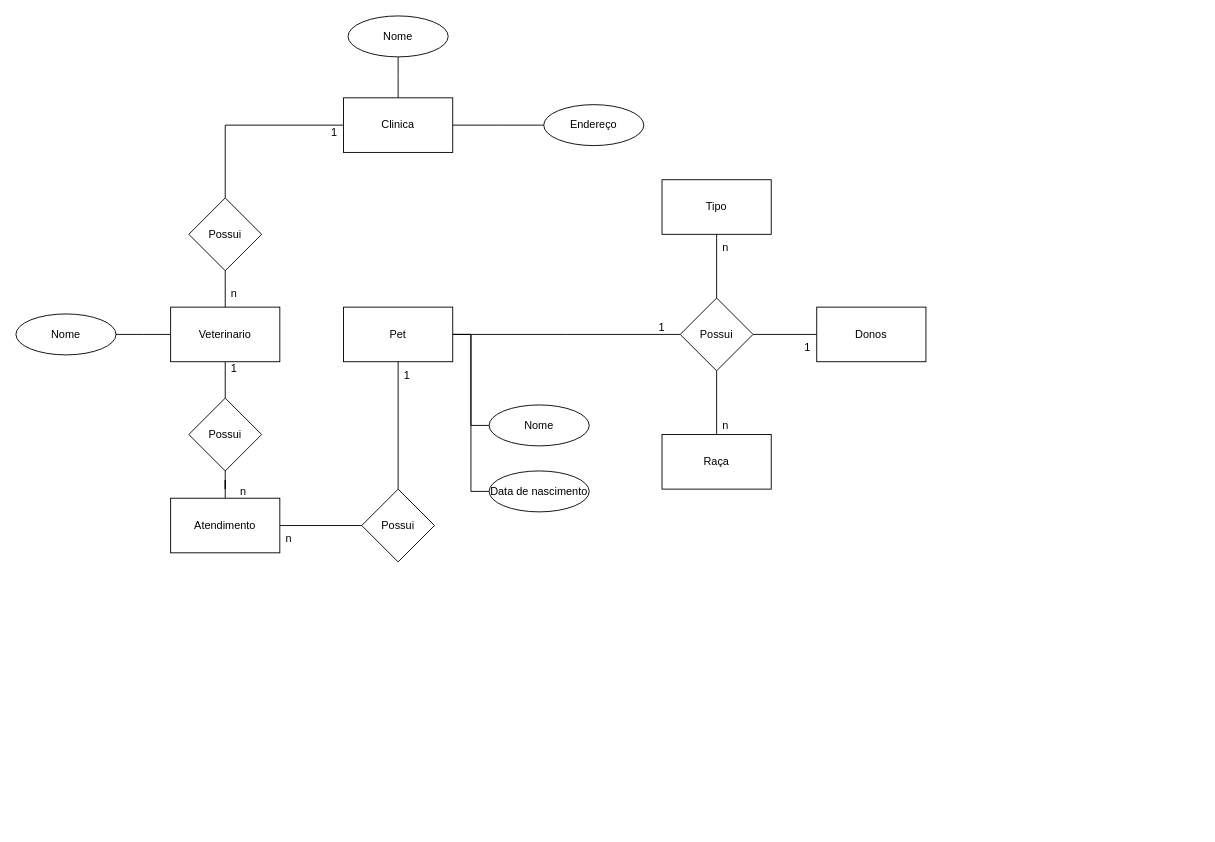
Above: page "Página-4" (4 of 7) of sprint-Banco-De-Dados/Exercicio 1.0-1.6/Exercicios 1.0-1.6.drawio in FernandinnnQ145/Segundo-Semestre-Senai (draw.io), before the change. Source tidied: cells renumbered, new cells numbered last; positions are measured from the earlier drawing's top-left corner, leaving out a move shared by most shapes. Both pictures are drawn from the tidied source at 91%, with x=0, y=0 at pixel (15, 15).
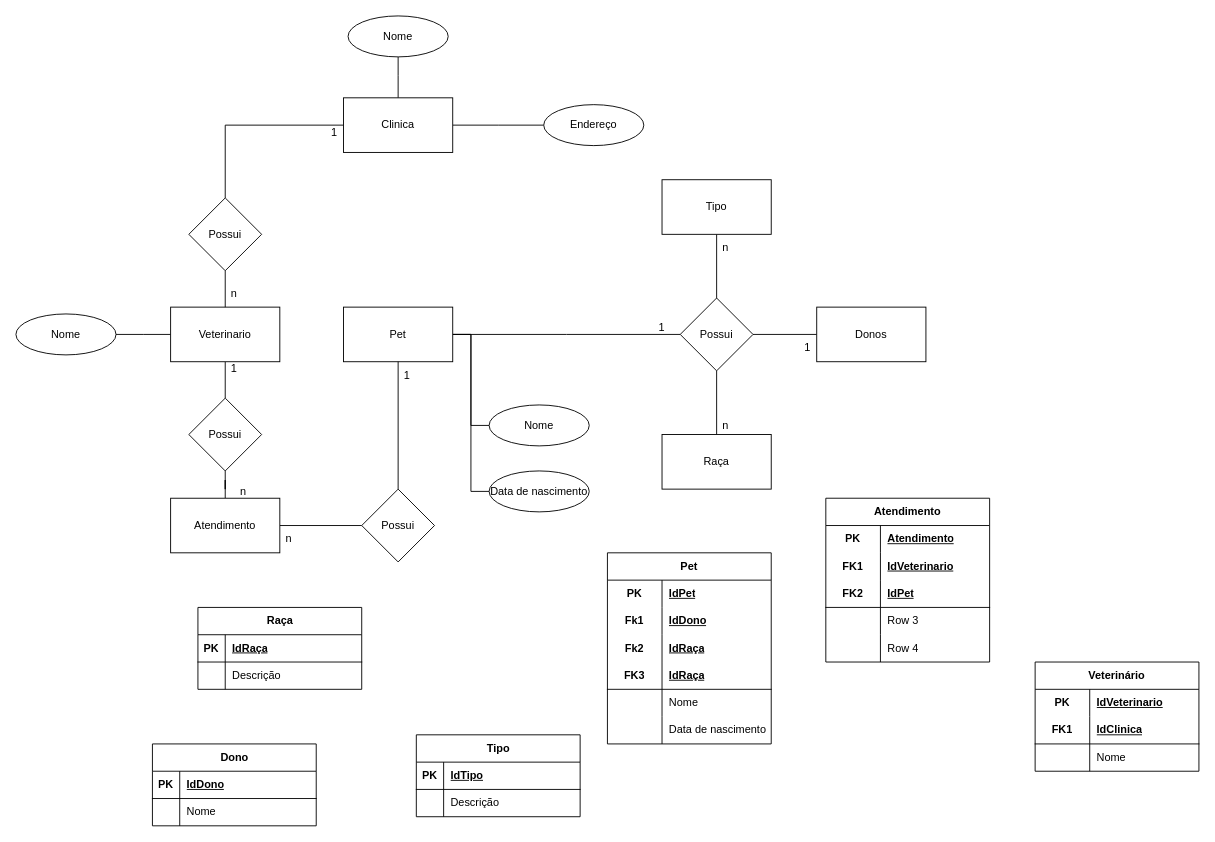
The same diagram, later.

Change to the diagram source:
```diff
@@
+    <mxCell id="43" value="Atendimento" style="shape=table;startSize=30;childLayout=tableLayout;rowLines=0;fontStyle=1;align=center;html=1;whiteSpace=wrap;" parent="1" vertex="1">
+      <mxGeometry x="890" y="530" width="180" height="180" as="geometry" />
+    </mxCell>
+    <mxCell id="44" style="shape=tableRow;horizontal=0;startSize=0;swimlaneHead=0;swimlaneBody=0;fillColor=none;top=0;left=0;right=0;bottom=0;html=1;" parent="43" vertex="1">
+      <mxGeometry y="30" width="180" height="30" as="geometry" />
+    </mxCell>
+    <mxCell id="45" value="PK" style="shape=partialRectangle;fillColor=none;top=0;left=0;bottom=0;right=0;fontStyle=1;overflow=hidden;html=1;whiteSpace=wrap;" parent="44" vertex="1">
+      <mxGeometry width="60" height="30" as="geometry" />
+    </mxCell>
+    <mxCell id="46" value="Atendimento" style="shape=partialRectangle;fillColor=none;top=0;left=0;bottom=0;right=0;align=left;spacingLeft=6;fontStyle=5;overflow=hidden;html=1;whiteSpace=wrap;" parent="44" vertex="1">
+      <mxGeometry x="60" width="120" height="30" as="geometry" />
+    </mxCell>
+    <mxCell id="47" style="shape=tableRow;horizontal=0;startSize=0;swimlaneHead=0;swimlaneBody=0;fillColor=none;top=0;left=0;right=0;bottom=0;html=1;" parent="43" vertex="1">
+      <mxGeometry y="60" width="180" height="30" as="geometry" />
+    </mxCell>
+    <mxCell id="48" value="FK1" style="shape=partialRectangle;fillColor=none;top=0;left=0;bottom=0;right=0;fontStyle=1;overflow=hidden;html=1;whiteSpace=wrap;" parent="47" vertex="1">
+      <mxGeometry width="60" height="30" as="geometry" />
+    </mxCell>
+    <mxCell id="49" value="IdVeterinario" style="shape=partialRectangle;fillColor=none;top=0;left=0;bottom=0;right=0;align=left;spacingLeft=6;fontStyle=5;overflow=hidden;html=1;whiteSpace=wrap;" parent="47" vertex="1">
+      <mxGeometry x="60" width="120" height="30" as="geometry" />
+    </mxCell>
+    <mxCell id="50" style="shape=tableRow;horizontal=0;startSize=0;swimlaneHead=0;swimlaneBody=0;fillColor=none;top=0;left=0;right=0;bottom=1;html=1;" parent="43" vertex="1">
+      <mxGeometry y="90" width="180" height="30" as="geometry" />
+    </mxCell>
+    <mxCell id="51" value="FK2" style="shape=partialRectangle;fillColor=none;top=0;left=0;bottom=0;right=0;fontStyle=1;overflow=hidden;html=1;whiteSpace=wrap;" parent="50" vertex="1">
+      <mxGeometry width="60" height="30" as="geometry" />
+    </mxCell>
+    <mxCell id="52" value="IdPet" style="shape=partialRectangle;fillColor=none;top=0;left=0;bottom=0;right=0;align=left;spacingLeft=6;fontStyle=5;overflow=hidden;html=1;whiteSpace=wrap;" parent="50" vertex="1">
+      <mxGeometry x="60" width="120" height="30" as="geometry" />
+    </mxCell>
+    <mxCell id="53" style="shape=tableRow;horizontal=0;startSize=0;swimlaneHead=0;swimlaneBody=0;fillColor=none;top=0;left=0;right=0;bottom=0;html=1;" parent="43" vertex="1">
+      <mxGeometry y="120" width="180" height="30" as="geometry" />
+    </mxCell>
+    <mxCell id="54" style="shape=partialRectangle;fillColor=none;top=0;left=0;bottom=0;right=0;overflow=hidden;html=1;whiteSpace=wrap;" parent="53" vertex="1">
+      <mxGeometry width="60" height="30" as="geometry" />
+    </mxCell>
+    <mxCell id="55" value="Row 3" style="shape=partialRectangle;fillColor=none;top=0;left=0;bottom=0;right=0;align=left;spacingLeft=6;overflow=hidden;html=1;whiteSpace=wrap;" parent="53" vertex="1">
+      <mxGeometry x="60" width="120" height="30" as="geometry" />
+    </mxCell>
+    <mxCell id="56" style="shape=tableRow;horizontal=0;startSize=0;swimlaneHead=0;swimlaneBody=0;fillColor=none;top=0;left=0;right=0;bottom=0;html=1;" parent="43" vertex="1">
+      <mxGeometry y="150" width="180" height="30" as="geometry" />
+    </mxCell>
+    <mxCell id="57" style="shape=partialRectangle;fillColor=none;top=0;left=0;bottom=0;right=0;overflow=hidden;html=1;whiteSpace=wrap;" parent="56" vertex="1">
+      <mxGeometry width="60" height="30" as="geometry" />
+    </mxCell>
+    <mxCell id="58" value="Row 4" style="shape=partialRectangle;fillColor=none;top=0;left=0;bottom=0;right=0;align=left;spacingLeft=6;overflow=hidden;html=1;whiteSpace=wrap;" parent="56" vertex="1">
+      <mxGeometry x="60" width="120" height="30" as="geometry" />
+    </mxCell>
+    <mxCell id="59" value="Pet" style="shape=table;startSize=30;childLayout=tableLayout;rowLines=0;fontStyle=1;align=center;html=1;whiteSpace=wrap;" parent="1" vertex="1">
+      <mxGeometry x="650" y="590" width="180" height="210" as="geometry" />
+    </mxCell>
+    <mxCell id="60" style="shape=tableRow;horizontal=0;startSize=0;swimlaneHead=0;swimlaneBody=0;fillColor=none;top=0;left=0;right=0;bottom=0;html=1;" parent="59" vertex="1">
+      <mxGeometry y="30" width="180" height="30" as="geometry" />
+    </mxCell>
+    <mxCell id="61" value="PK" style="shape=partialRectangle;fillColor=none;top=0;left=0;bottom=0;right=0;fontStyle=1;overflow=hidden;html=1;whiteSpace=wrap;" parent="60" vertex="1">
+      <mxGeometry width="60" height="30" as="geometry" />
+    </mxCell>
+    <mxCell id="62" value="IdPet" style="shape=partialRectangle;fillColor=none;top=0;left=0;bottom=0;right=0;align=left;spacingLeft=6;fontStyle=5;overflow=hidden;html=1;whiteSpace=wrap;" parent="60" vertex="1">
+      <mxGeometry x="60" width="120" height="30" as="geometry" />
+    </mxCell>
+    <mxCell id="63" style="shape=tableRow;horizontal=0;startSize=0;swimlaneHead=0;swimlaneBody=0;fillColor=none;top=0;left=0;right=0;bottom=0;html=1;" parent="59" vertex="1">
+      <mxGeometry y="60" width="180" height="30" as="geometry" />
+    </mxCell>
+    <mxCell id="64" value="Fk1" style="shape=partialRectangle;fillColor=none;top=0;left=0;bottom=0;right=0;fontStyle=1;overflow=hidden;html=1;whiteSpace=wrap;" parent="63" vertex="1">
+      <mxGeometry width="60" height="30" as="geometry" />
+    </mxCell>
+    <mxCell id="65" value="IdDono" style="shape=partialRectangle;fillColor=none;top=0;left=0;bottom=0;right=0;align=left;spacingLeft=6;fontStyle=5;overflow=hidden;html=1;whiteSpace=wrap;" parent="63" vertex="1">
+      <mxGeometry x="60" width="120" height="30" as="geometry" />
+    </mxCell>
+    <mxCell id="66" style="shape=tableRow;horizontal=0;startSize=0;swimlaneHead=0;swimlaneBody=0;fillColor=none;top=0;left=0;right=0;bottom=0;html=1;" parent="59" vertex="1">
+      <mxGeometry y="90" width="180" height="30" as="geometry" />
+    </mxCell>
+    <mxCell id="67" value="Fk2" style="shape=partialRectangle;fillColor=none;top=0;left=0;bottom=0;right=0;fontStyle=1;overflow=hidden;html=1;whiteSpace=wrap;" parent="66" vertex="1">
+      <mxGeometry width="60" height="30" as="geometry" />
+    </mxCell>
+    <mxCell id="68" value="IdRaça" style="shape=partialRectangle;fillColor=none;top=0;left=0;bottom=0;right=0;align=left;spacingLeft=6;fontStyle=5;overflow=hidden;html=1;whiteSpace=wrap;" parent="66" vertex="1">
+      <mxGeometry x="60" width="120" height="30" as="geometry" />
+    </mxCell>
+    <mxCell id="69" style="shape=tableRow;horizontal=0;startSize=0;swimlaneHead=0;swimlaneBody=0;fillColor=none;top=0;left=0;right=0;bottom=1;html=1;" parent="59" vertex="1">
+      <mxGeometry y="120" width="180" height="30" as="geometry" />
+    </mxCell>
+    <mxCell id="70" value="FK3" style="shape=partialRectangle;fillColor=none;top=0;left=0;bottom=0;right=0;fontStyle=1;overflow=hidden;html=1;whiteSpace=wrap;" parent="69" vertex="1">
+      <mxGeometry width="60" height="30" as="geometry" />
+    </mxCell>
+    <mxCell id="71" value="IdRaça" style="shape=partialRectangle;fillColor=none;top=0;left=0;bottom=0;right=0;align=left;spacingLeft=6;fontStyle=5;overflow=hidden;html=1;whiteSpace=wrap;" parent="69" vertex="1">
+      <mxGeometry x="60" width="120" height="30" as="geometry" />
+    </mxCell>
+    <mxCell id="72" style="shape=tableRow;horizontal=0;startSize=0;swimlaneHead=0;swimlaneBody=0;fillColor=none;top=0;left=0;right=0;bottom=0;html=1;" parent="59" vertex="1">
+      <mxGeometry y="150" width="180" height="30" as="geometry" />
+    </mxCell>
+    <mxCell id="73" style="shape=partialRectangle;fillColor=none;top=0;left=0;bottom=0;right=0;overflow=hidden;html=1;whiteSpace=wrap;" parent="72" vertex="1">
+      <mxGeometry width="60" height="30" as="geometry" />
+    </mxCell>
+    <mxCell id="74" value="Nome" style="shape=partialRectangle;fillColor=none;top=0;left=0;bottom=0;right=0;align=left;spacingLeft=6;overflow=hidden;html=1;whiteSpace=wrap;" parent="72" vertex="1">
+      <mxGeometry x="60" width="120" height="30" as="geometry" />
+    </mxCell>
+    <mxCell id="75" style="shape=tableRow;horizontal=0;startSize=0;swimlaneHead=0;swimlaneBody=0;fillColor=none;top=0;left=0;right=0;bottom=0;html=1;" parent="59" vertex="1">
+      <mxGeometry y="180" width="180" height="30" as="geometry" />
+    </mxCell>
+    <mxCell id="76" style="shape=partialRectangle;fillColor=none;top=0;left=0;bottom=0;right=0;overflow=hidden;html=1;whiteSpace=wrap;" parent="75" vertex="1">
+      <mxGeometry width="60" height="30" as="geometry" />
+    </mxCell>
+    <mxCell id="77" value="Data de nascimento" style="shape=partialRectangle;fillColor=none;top=0;left=0;bottom=0;right=0;align=left;spacingLeft=6;overflow=hidden;html=1;whiteSpace=wrap;" parent="75" vertex="1">
+      <mxGeometry x="60" width="120" height="30" as="geometry" />
+    </mxCell>
+    <mxCell id="78" value="Raça" style="shape=table;startSize=30;childLayout=tableLayout;rowLines=0;fontStyle=1;align=center;html=1;" parent="1" vertex="1">
+      <mxGeometry x="200" y="650" width="180" height="90" as="geometry" />
+    </mxCell>
+    <mxCell id="79" style="shape=tableRow;horizontal=0;startSize=0;swimlaneHead=0;swimlaneBody=0;fillColor=none;top=0;left=0;right=0;bottom=1;" parent="78" vertex="1">
+      <mxGeometry y="30" width="180" height="30" as="geometry" />
+    </mxCell>
+    <mxCell id="80" value="PK" style="shape=partialRectangle;fillColor=none;top=0;left=0;bottom=0;right=0;fontStyle=1;overflow=hidden;whiteSpace=wrap;html=1;" parent="79" vertex="1">
+      <mxGeometry width="30" height="30" as="geometry" />
+    </mxCell>
+    <mxCell id="81" value="IdRaça" style="shape=partialRectangle;fillColor=none;top=0;left=0;bottom=0;right=0;align=left;spacingLeft=6;fontStyle=5;overflow=hidden;whiteSpace=wrap;html=1;" parent="79" vertex="1">
+      <mxGeometry x="30" width="150" height="30" as="geometry" />
+    </mxCell>
+    <mxCell id="82" style="shape=tableRow;horizontal=0;startSize=0;swimlaneHead=0;swimlaneBody=0;fillColor=none;top=0;left=0;right=0;bottom=0;" parent="78" vertex="1">
+      <mxGeometry y="60" width="180" height="30" as="geometry" />
+    </mxCell>
+    <mxCell id="83" style="shape=partialRectangle;fillColor=none;top=0;left=0;bottom=0;right=0;overflow=hidden;whiteSpace=wrap;html=1;" parent="82" vertex="1">
+      <mxGeometry width="30" height="30" as="geometry" />
+    </mxCell>
+    <mxCell id="84" value="Descrição&amp;nbsp;" style="shape=partialRectangle;fillColor=none;top=0;left=0;bottom=0;right=0;align=left;spacingLeft=6;overflow=hidden;whiteSpace=wrap;html=1;" parent="82" vertex="1">
+      <mxGeometry x="30" width="150" height="30" as="geometry" />
+    </mxCell>
+    <mxCell id="85" value="Dono" style="shape=table;startSize=30;childLayout=tableLayout;rowLines=0;fontStyle=1;align=center;html=1;" parent="1" vertex="1">
+      <mxGeometry x="150" y="800" width="180" height="90" as="geometry" />
+    </mxCell>
+    <mxCell id="86" style="shape=tableRow;horizontal=0;startSize=0;swimlaneHead=0;swimlaneBody=0;fillColor=none;top=0;left=0;right=0;bottom=1;" parent="85" vertex="1">
+      <mxGeometry y="30" width="180" height="30" as="geometry" />
+    </mxCell>
+    <mxCell id="87" value="PK" style="shape=partialRectangle;fillColor=none;top=0;left=0;bottom=0;right=0;fontStyle=1;overflow=hidden;whiteSpace=wrap;html=1;" parent="86" vertex="1">
+      <mxGeometry width="30" height="30" as="geometry" />
+    </mxCell>
+    <mxCell id="88" value="IdDono" style="shape=partialRectangle;fillColor=none;top=0;left=0;bottom=0;right=0;align=left;spacingLeft=6;fontStyle=5;overflow=hidden;whiteSpace=wrap;html=1;" parent="86" vertex="1">
+      <mxGeometry x="30" width="150" height="30" as="geometry" />
+    </mxCell>
+    <mxCell id="89" style="shape=tableRow;horizontal=0;startSize=0;swimlaneHead=0;swimlaneBody=0;fillColor=none;top=0;left=0;right=0;bottom=0;" parent="85" vertex="1">
+      <mxGeometry y="60" width="180" height="30" as="geometry" />
+    </mxCell>
+    <mxCell id="90" style="shape=partialRectangle;fillColor=none;top=0;left=0;bottom=0;right=0;overflow=hidden;whiteSpace=wrap;html=1;" parent="89" vertex="1">
+      <mxGeometry width="30" height="30" as="geometry" />
+    </mxCell>
+    <mxCell id="91" value="Nome" style="shape=partialRectangle;fillColor=none;top=0;left=0;bottom=0;right=0;align=left;spacingLeft=6;overflow=hidden;whiteSpace=wrap;html=1;" parent="89" vertex="1">
+      <mxGeometry x="30" width="150" height="30" as="geometry" />
+    </mxCell>
+    <mxCell id="92" value="Tipo" style="shape=table;startSize=30;childLayout=tableLayout;rowLines=0;fontStyle=1;align=center;html=1;" parent="1" vertex="1">
+      <mxGeometry x="440" y="790" width="180" height="90" as="geometry" />
+    </mxCell>
+    <mxCell id="93" style="shape=tableRow;horizontal=0;startSize=0;swimlaneHead=0;swimlaneBody=0;fillColor=none;top=0;left=0;right=0;bottom=1;" parent="92" vertex="1">
+      <mxGeometry y="30" width="180" height="30" as="geometry" />
+    </mxCell>
+    <mxCell id="94" value="PK" style="shape=partialRectangle;fillColor=none;top=0;left=0;bottom=0;right=0;fontStyle=1;overflow=hidden;whiteSpace=wrap;html=1;" parent="93" vertex="1">
+      <mxGeometry width="30" height="30" as="geometry" />
+    </mxCell>
+    <mxCell id="95" value="IdTipo" style="shape=partialRectangle;fillColor=none;top=0;left=0;bottom=0;right=0;align=left;spacingLeft=6;fontStyle=5;overflow=hidden;whiteSpace=wrap;html=1;" parent="93" vertex="1">
+      <mxGeometry x="30" width="150" height="30" as="geometry" />
+    </mxCell>
+    <mxCell id="96" style="shape=tableRow;horizontal=0;startSize=0;swimlaneHead=0;swimlaneBody=0;fillColor=none;top=0;left=0;right=0;bottom=0;" parent="92" vertex="1">
+      <mxGeometry y="60" width="180" height="30" as="geometry" />
+    </mxCell>
+    <mxCell id="97" style="shape=partialRectangle;fillColor=none;top=0;left=0;bottom=0;right=0;overflow=hidden;whiteSpace=wrap;html=1;" parent="96" vertex="1">
+      <mxGeometry width="30" height="30" as="geometry" />
+    </mxCell>
+    <mxCell id="98" value="Descrição&amp;nbsp;" style="shape=partialRectangle;fillColor=none;top=0;left=0;bottom=0;right=0;align=left;spacingLeft=6;overflow=hidden;whiteSpace=wrap;html=1;" parent="96" vertex="1">
+      <mxGeometry x="30" width="150" height="30" as="geometry" />
+    </mxCell>
+    <mxCell id="99" value="Veterinário" style="shape=table;startSize=30;childLayout=tableLayout;rowLines=0;fontStyle=1;align=center;html=1;whiteSpace=wrap;" parent="1" vertex="1">
+      <mxGeometry x="1120" y="710" width="180" height="120" as="geometry" />
+    </mxCell>
+    <mxCell id="100" style="shape=tableRow;horizontal=0;startSize=0;swimlaneHead=0;swimlaneBody=0;fillColor=none;top=0;left=0;right=0;bottom=0;html=1;" parent="99" vertex="1">
+      <mxGeometry y="30" width="180" height="30" as="geometry" />
+    </mxCell>
+    <mxCell id="101" value="PK" style="shape=partialRectangle;fillColor=none;top=0;left=0;bottom=0;right=0;fontStyle=1;overflow=hidden;html=1;whiteSpace=wrap;" parent="100" vertex="1">
+      <mxGeometry width="60" height="30" as="geometry" />
+    </mxCell>
+    <mxCell id="102" value="IdVeterinario" style="shape=partialRectangle;fillColor=none;top=0;left=0;bottom=0;right=0;align=left;spacingLeft=6;fontStyle=5;overflow=hidden;html=1;whiteSpace=wrap;" parent="100" vertex="1">
+      <mxGeometry x="60" width="120" height="30" as="geometry" />
+    </mxCell>
+    <mxCell id="103" style="shape=tableRow;horizontal=0;startSize=0;swimlaneHead=0;swimlaneBody=0;fillColor=none;top=0;left=0;right=0;bottom=1;html=1;" parent="99" vertex="1">
+      <mxGeometry y="60" width="180" height="30" as="geometry" />
+    </mxCell>
+    <mxCell id="104" value="FK1" style="shape=partialRectangle;fillColor=none;top=0;left=0;bottom=0;right=0;fontStyle=1;overflow=hidden;html=1;whiteSpace=wrap;" parent="103" vertex="1">
+      <mxGeometry width="60" height="30" as="geometry" />
+    </mxCell>
+    <mxCell id="105" value="IdClinica" style="shape=partialRectangle;fillColor=none;top=0;left=0;bottom=0;right=0;align=left;spacingLeft=6;fontStyle=5;overflow=hidden;html=1;whiteSpace=wrap;" parent="103" vertex="1">
+      <mxGeometry x="60" width="120" height="30" as="geometry" />
+    </mxCell>
+    <mxCell id="106" style="shape=tableRow;horizontal=0;startSize=0;swimlaneHead=0;swimlaneBody=0;fillColor=none;top=0;left=0;right=0;bottom=0;html=1;" parent="99" vertex="1">
+      <mxGeometry y="90" width="180" height="30" as="geometry" />
+    </mxCell>
+    <mxCell id="107" style="shape=partialRectangle;fillColor=none;top=0;left=0;bottom=0;right=0;overflow=hidden;html=1;whiteSpace=wrap;" parent="106" vertex="1">
+      <mxGeometry width="60" height="30" as="geometry" />
+    </mxCell>
+    <mxCell id="108" value="Nome" style="shape=partialRectangle;fillColor=none;top=0;left=0;bottom=0;right=0;align=left;spacingLeft=6;overflow=hidden;html=1;whiteSpace=wrap;" parent="106" vertex="1">
+      <mxGeometry x="60" width="120" height="30" as="geometry" />
+    </mxCell>
```
